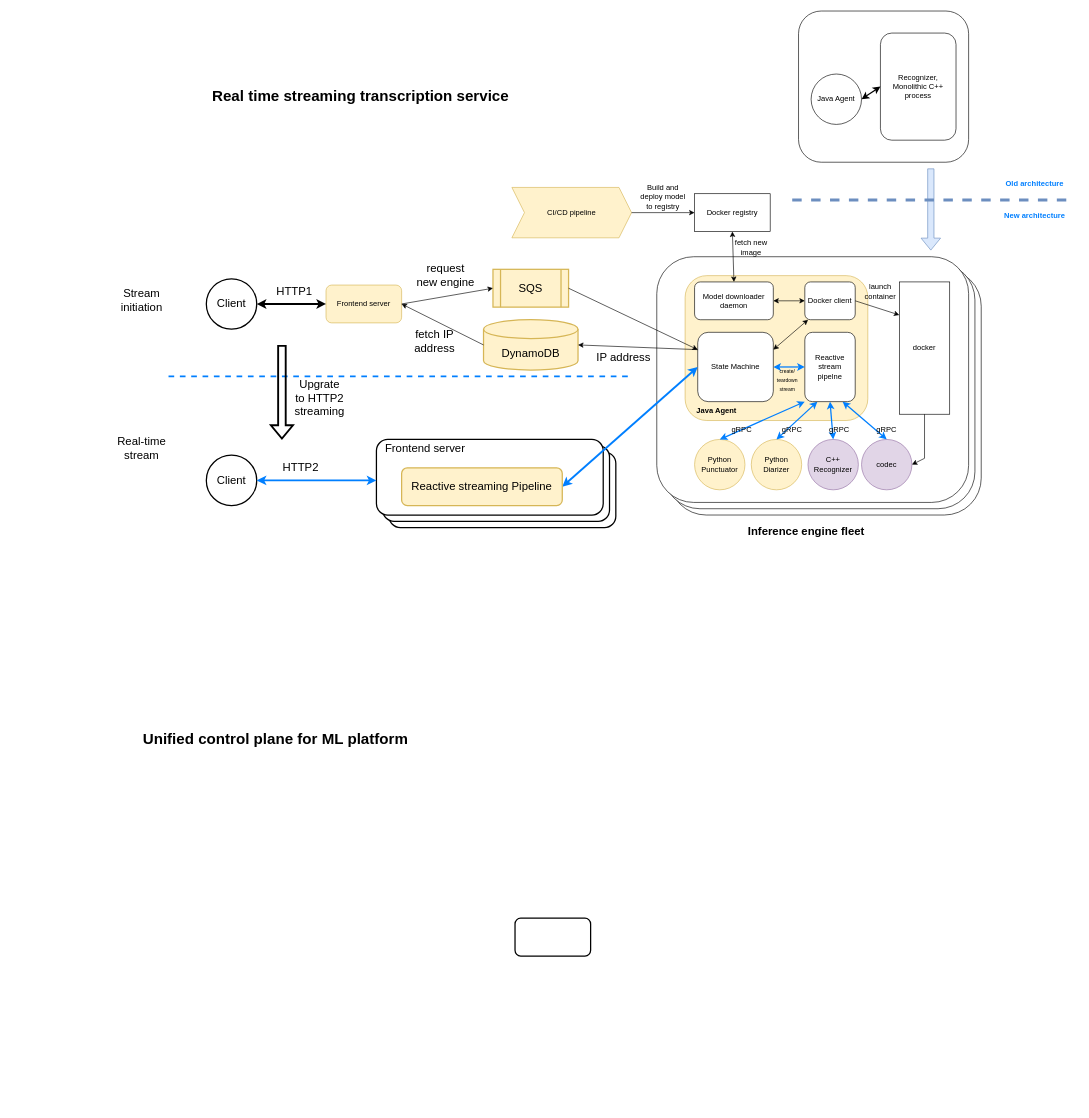
nvbkdw/aristotle keeps this draw.io diagram as Untitled Diagram.drawio. Above is the earlier version. Source tidied: cells renumbered, new cells numbered last; positions are measured from the earlier drawing's top-left corner, leaving out a move shared by most shapes. Both pictures are drawn from the tidied source at 63%, with x=0, y=0 at pixel (99, 11).
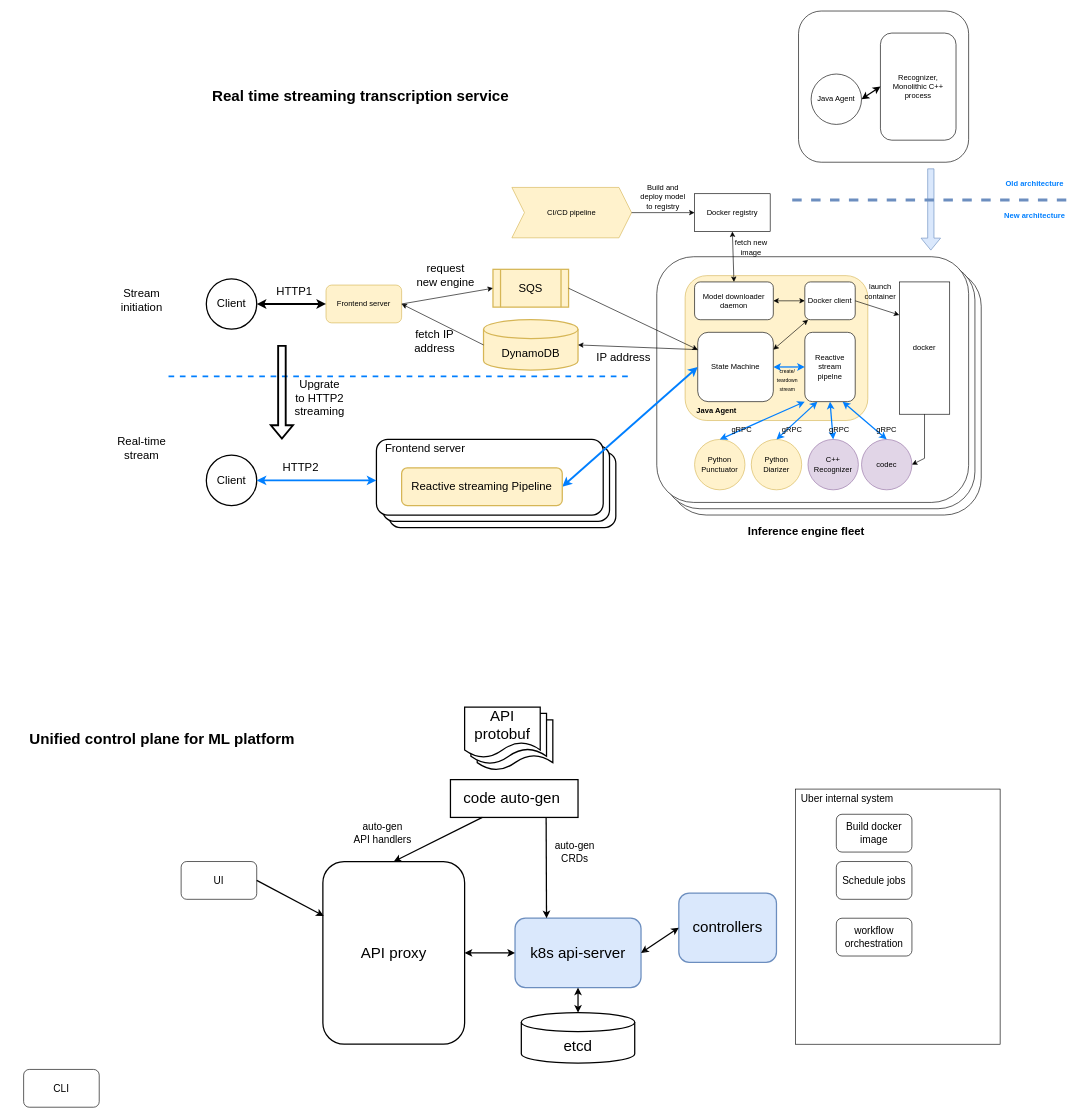
After the change.

Diff of the diagram source:
```diff
@@
+    <mxCell id="76" style="shape=document;whiteSpace=wrap;html=1;boundedLbl=1;fontSize=24;fontColor=#000000;strokeWidth=2;" parent="1" vertex="1">
+      <mxGeometry x="600" y="1125" width="120" height="80" as="geometry" />
+    </mxCell>
+    <mxCell id="77" style="shape=document;whiteSpace=wrap;html=1;boundedLbl=1;fontSize=24;fontColor=#000000;strokeWidth=2;" parent="1" vertex="1">
+      <mxGeometry x="590" y="1115" width="120" height="80" as="geometry" />
+    </mxCell>
+    <mxCell id="78" style="rounded=0;whiteSpace=wrap;html=1;fontSize=24;fontColor=#000000;strokeWidth=2;" parent="1" vertex="1">
+      <mxGeometry x="557.5" y="1220" width="202.5" height="60" as="geometry" />
+    </mxCell>
@@
-    <mxCell id="74" style="rounded=1;whiteSpace=wrap;html=1;fontSize=24;fontColor=#000000;strokeWidth=2;" parent="1" vertex="1">
-      <mxGeometry x="660" y="1440" width="120" height="60" as="geometry" />
+    <mxCell id="74" value="k8s api-server" style="rounded=1;whiteSpace=wrap;html=1;fontSize=24;strokeWidth=2;fillColor=#dae8fc;strokeColor=#6c8ebf;" parent="1" vertex="1">
+      <mxGeometry x="660" y="1440" width="200" height="110" as="geometry" />
     </mxCell>
     <mxCell id="75" value="&lt;span id=&quot;docs-internal-guid-1835c72e-7fff-a9db-5ae2-24a109cde7ad&quot; style=&quot;font-size: 24px&quot;&gt;&lt;p dir=&quot;ltr&quot; style=&quot;line-height: 1.2 ; margin-top: 0pt ; margin-bottom: 0pt ; font-size: 24px&quot;&gt;&lt;span style=&quot;font-size: 24px ; font-family: &amp;#34;impact&amp;#34; ; background-color: transparent ; font-weight: 700 ; vertical-align: baseline&quot;&gt;Unified control plane for ML platform&lt;/span&gt;&lt;/p&gt;&lt;div style=&quot;font-size: 24px&quot;&gt;&lt;span style=&quot;font-size: 24px ; font-family: &amp;#34;impact&amp;#34; ; background-color: transparent ; font-weight: 700 ; vertical-align: baseline&quot;&gt;&lt;br style=&quot;font-size: 24px&quot;&gt;&lt;/span&gt;&lt;/div&gt;&lt;/span&gt;" style="text;html=1;strokeColor=none;fillColor=none;align=center;verticalAlign=middle;whiteSpace=wrap;rounded=0;fontSize=24;fontColor=#000000;" parent="1" vertex="1">
-      <mxGeometry x="40" y="1130" width="480" height="80" as="geometry" />
+      <mxGeometry x="-140" y="1130" width="480" height="80" as="geometry" />
     </mxCell>
+    <mxCell id="79" value="etcd" style="shape=cylinder3;whiteSpace=wrap;html=1;boundedLbl=1;backgroundOutline=1;size=15;fontSize=24;fontColor=#000000;strokeWidth=2;" parent="1" vertex="1">
+      <mxGeometry x="670" y="1590" width="180" height="80" as="geometry" />
+    </mxCell>
+    <mxCell id="80" style="endArrow=classic;startArrow=classic;html=1;rounded=0;fontSize=24;fontColor=#000000;strokeColor=#000000;strokeWidth=2;exitX=0.5;exitY=0;exitDx=0;exitDy=0;exitPerimeter=0;entryX=0.5;entryY=1;entryDx=0;entryDy=0;" parent="1" edge="1" source="79" target="74">
+      <mxGeometry relative="1" as="geometry" />
+    </mxCell>
+    <mxCell id="81" value="API proxy" style="rounded=1;whiteSpace=wrap;html=1;fontSize=24;fontColor=#000000;strokeWidth=2;" parent="1" vertex="1">
+      <mxGeometry x="355" y="1350" width="225" height="290" as="geometry" />
+    </mxCell>
+    <mxCell id="82" style="endArrow=classic;startArrow=classic;html=1;rounded=0;fontSize=24;fontColor=#000000;strokeColor=#000000;strokeWidth=2;exitX=1;exitY=0.5;exitDx=0;exitDy=0;entryX=0;entryY=0.5;entryDx=0;entryDy=0;" parent="1" edge="1" source="81" target="74">
+      <mxGeometry relative="1" as="geometry" />
+    </mxCell>
+    <mxCell id="83" value="API protobuf" style="shape=document;whiteSpace=wrap;html=1;boundedLbl=1;fontSize=24;fontColor=#000000;strokeWidth=2;" parent="1" vertex="1">
+      <mxGeometry x="580" y="1105" width="120" height="80" as="geometry" />
+    </mxCell>
+    <mxCell id="84" value="code auto-gen" style="text;html=1;strokeColor=none;fillColor=none;align=center;verticalAlign=middle;whiteSpace=wrap;rounded=0;fontSize=24;fontColor=#000000;" parent="1" vertex="1">
+      <mxGeometry x="570" y="1235" width="170" height="30" as="geometry" />
+    </mxCell>
+    <mxCell id="85" style="endArrow=classic;html=1;rounded=0;fontSize=24;fontColor=#000000;strokeColor=#000000;strokeWidth=2;exitX=0.25;exitY=1;exitDx=0;exitDy=0;entryX=0.5;entryY=0;entryDx=0;entryDy=0;" parent="1" edge="1" source="78" target="81">
+      <mxGeometry relative="1" as="geometry" />
+    </mxCell>
+    <mxCell id="86" style="endArrow=classic;html=1;rounded=0;fontSize=24;fontColor=#000000;strokeColor=#000000;strokeWidth=2;exitX=0.75;exitY=1;exitDx=0;exitDy=0;entryX=0.25;entryY=0;entryDx=0;entryDy=0;" parent="1" edge="1" source="78" target="74">
+      <mxGeometry relative="1" as="geometry" />
+    </mxCell>
+    <mxCell id="87" value="auto-gen &lt;br&gt;API handlers" style="text;html=1;strokeColor=none;fillColor=none;align=center;verticalAlign=middle;whiteSpace=wrap;rounded=0;fontSize=16;fontColor=#000000;strokeWidth=0;" parent="1" vertex="1">
+      <mxGeometry x="360" y="1290" width="180" height="30" as="geometry" />
+    </mxCell>
+    <mxCell id="88" value="auto-gen &lt;br&gt;CRDs" style="text;html=1;strokeColor=none;fillColor=none;align=center;verticalAlign=middle;whiteSpace=wrap;rounded=0;fontSize=16;fontColor=#000000;strokeWidth=0;" parent="1" vertex="1">
+      <mxGeometry x="665" y="1320" width="180" height="30" as="geometry" />
+    </mxCell>
+    <mxCell id="89" value="controllers" style="rounded=1;whiteSpace=wrap;html=1;fontSize=24;strokeWidth=2;fillColor=#dae8fc;strokeColor=#6c8ebf;" parent="1" vertex="1">
+      <mxGeometry x="920" y="1400" width="155" height="110" as="geometry" />
+    </mxCell>
+    <mxCell id="90" style="endArrow=classic;startArrow=classic;html=1;rounded=0;fontSize=16;fontColor=#000000;strokeColor=#000000;strokeWidth=2;exitX=1;exitY=0.5;exitDx=0;exitDy=0;entryX=0;entryY=0.5;entryDx=0;entryDy=0;" parent="1" edge="1" source="74" target="89">
+      <mxGeometry relative="1" as="geometry" />
+    </mxCell>
+    <mxCell id="91" style="rounded=0;whiteSpace=wrap;html=1;fontSize=16;fontColor=#000000;strokeWidth=1;" parent="1" vertex="1">
+      <mxGeometry x="1105" y="1235" width="325" height="405" as="geometry" />
+    </mxCell>
+    <mxCell id="92" value="Build docker image" style="rounded=1;whiteSpace=wrap;html=1;fontSize=16;fontColor=#000000;strokeWidth=1;" parent="1" vertex="1">
+      <mxGeometry x="1170" y="1275" width="120" height="60" as="geometry" />
+    </mxCell>
+    <mxCell id="93" value="Schedule jobs" style="rounded=1;whiteSpace=wrap;html=1;fontSize=16;fontColor=#000000;strokeWidth=1;" parent="1" vertex="1">
+      <mxGeometry x="1170" y="1350" width="120" height="60" as="geometry" />
+    </mxCell>
+    <mxCell id="94" value="workflow orchestration" style="rounded=1;whiteSpace=wrap;html=1;fontSize=16;fontColor=#000000;strokeWidth=1;" parent="1" vertex="1">
+      <mxGeometry x="1170" y="1440" width="120" height="60" as="geometry" />
+    </mxCell>
+    <mxCell id="95" value="Uber internal system" style="text;html=1;strokeColor=none;fillColor=none;align=center;verticalAlign=middle;whiteSpace=wrap;rounded=0;fontSize=16;fontColor=#000000;" parent="1" vertex="1">
+      <mxGeometry x="1105" y="1235" width="165" height="30" as="geometry" />
+    </mxCell>
+    <mxCell id="96" value="CLI" style="rounded=1;whiteSpace=wrap;html=1;fontSize=16;fontColor=#000000;strokeWidth=1;" parent="1" vertex="1">
+      <mxGeometry x="-120" y="1680" width="120" height="60" as="geometry" />
+    </mxCell>
+    <mxCell id="97" value="UI" style="rounded=1;whiteSpace=wrap;html=1;fontSize=16;fontColor=#000000;strokeWidth=1;" parent="1" vertex="1">
+      <mxGeometry x="130" y="1350" width="120" height="60" as="geometry" />
+    </mxCell>
+    <mxCell id="98" style="endArrow=classic;html=1;rounded=0;fontSize=16;fontColor=#000000;strokeColor=#000000;strokeWidth=2;exitX=1;exitY=0.5;exitDx=0;exitDy=0;entryX=0.006;entryY=0.298;entryDx=0;entryDy=0;entryPerimeter=0;" parent="1" edge="1" source="97" target="81">
+      <mxGeometry relative="1" as="geometry" />
+    </mxCell>
```
